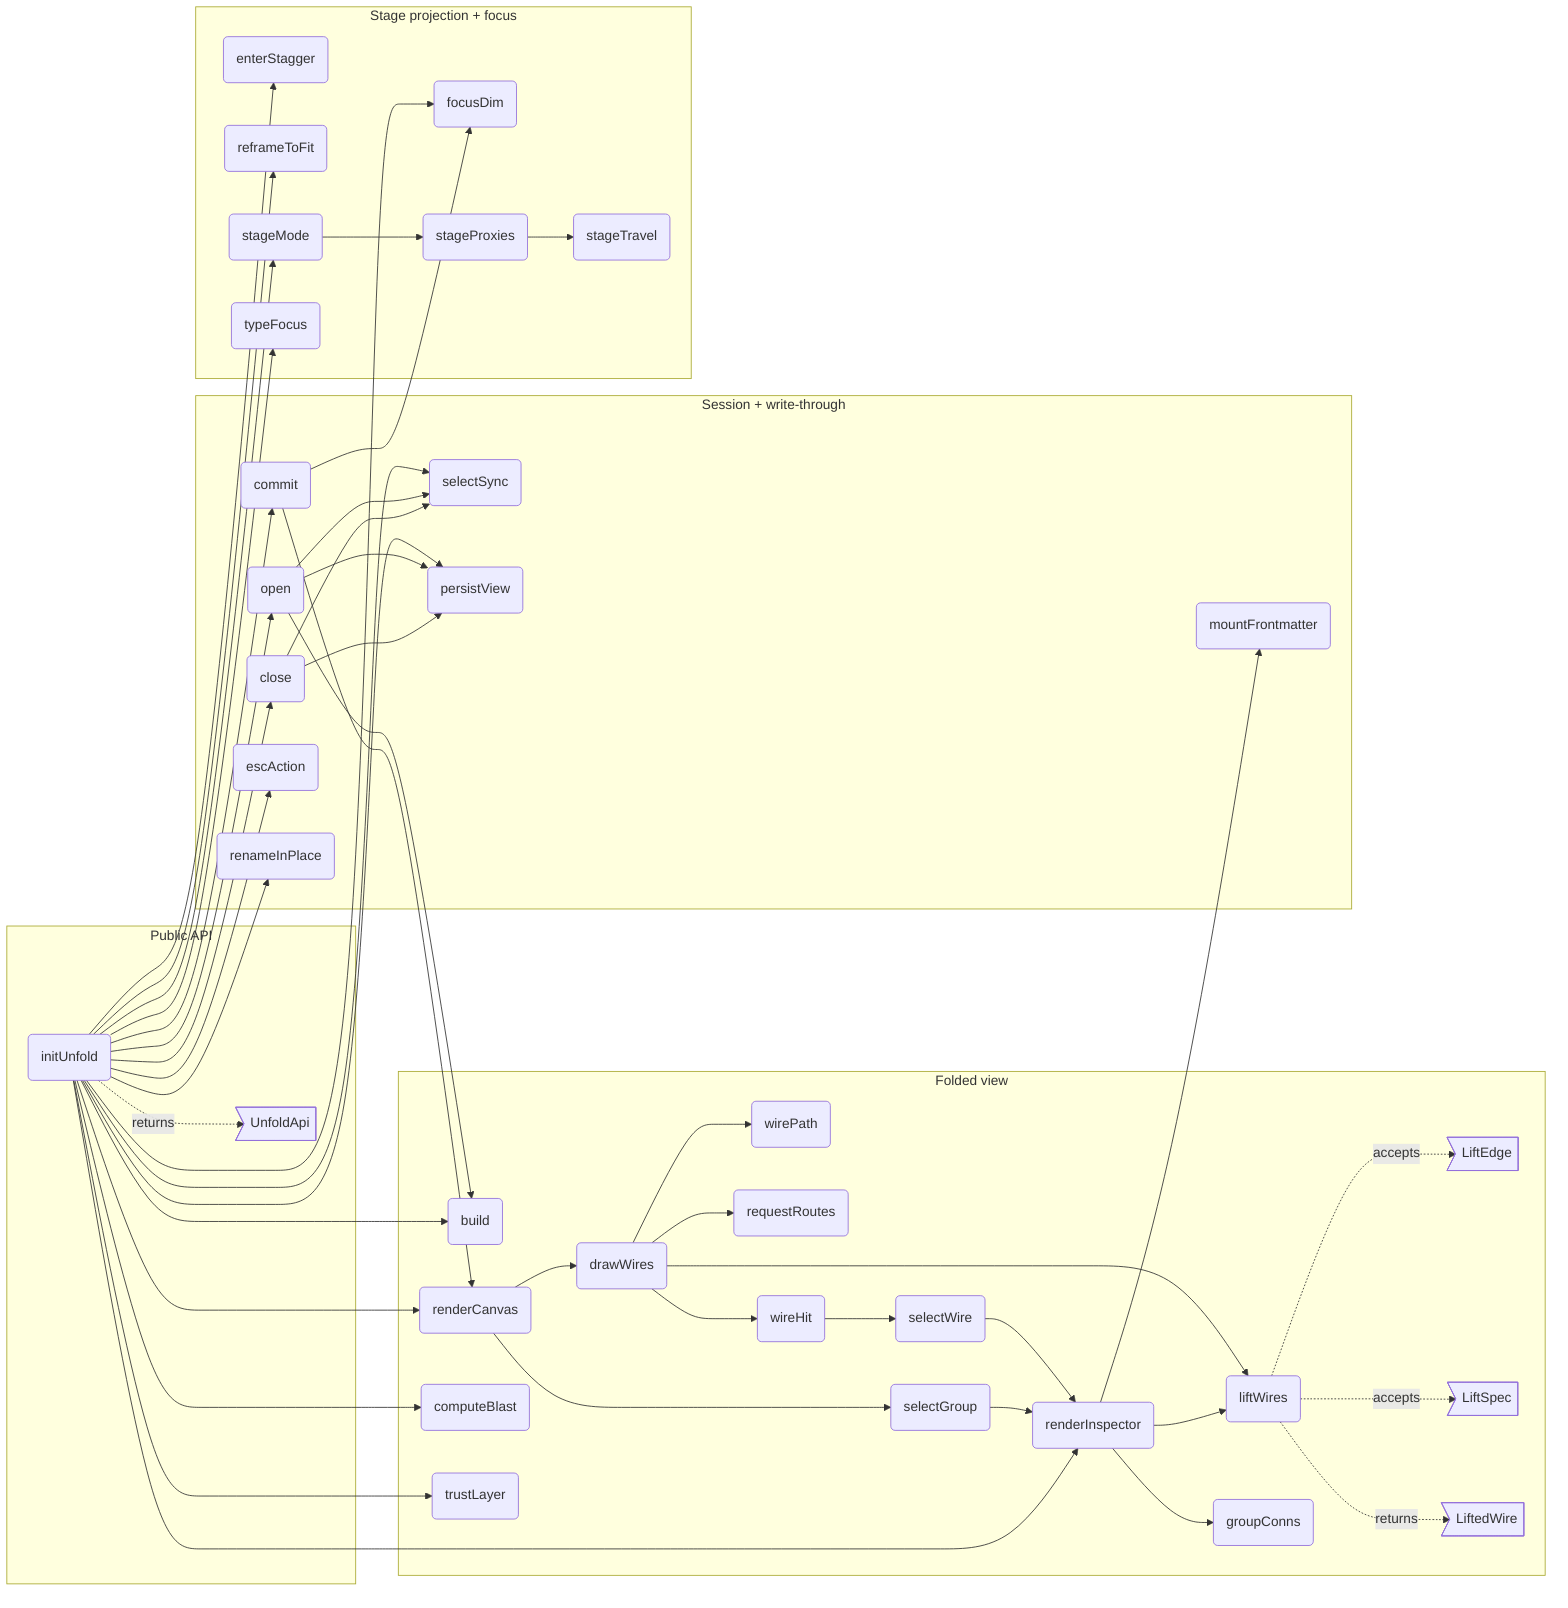
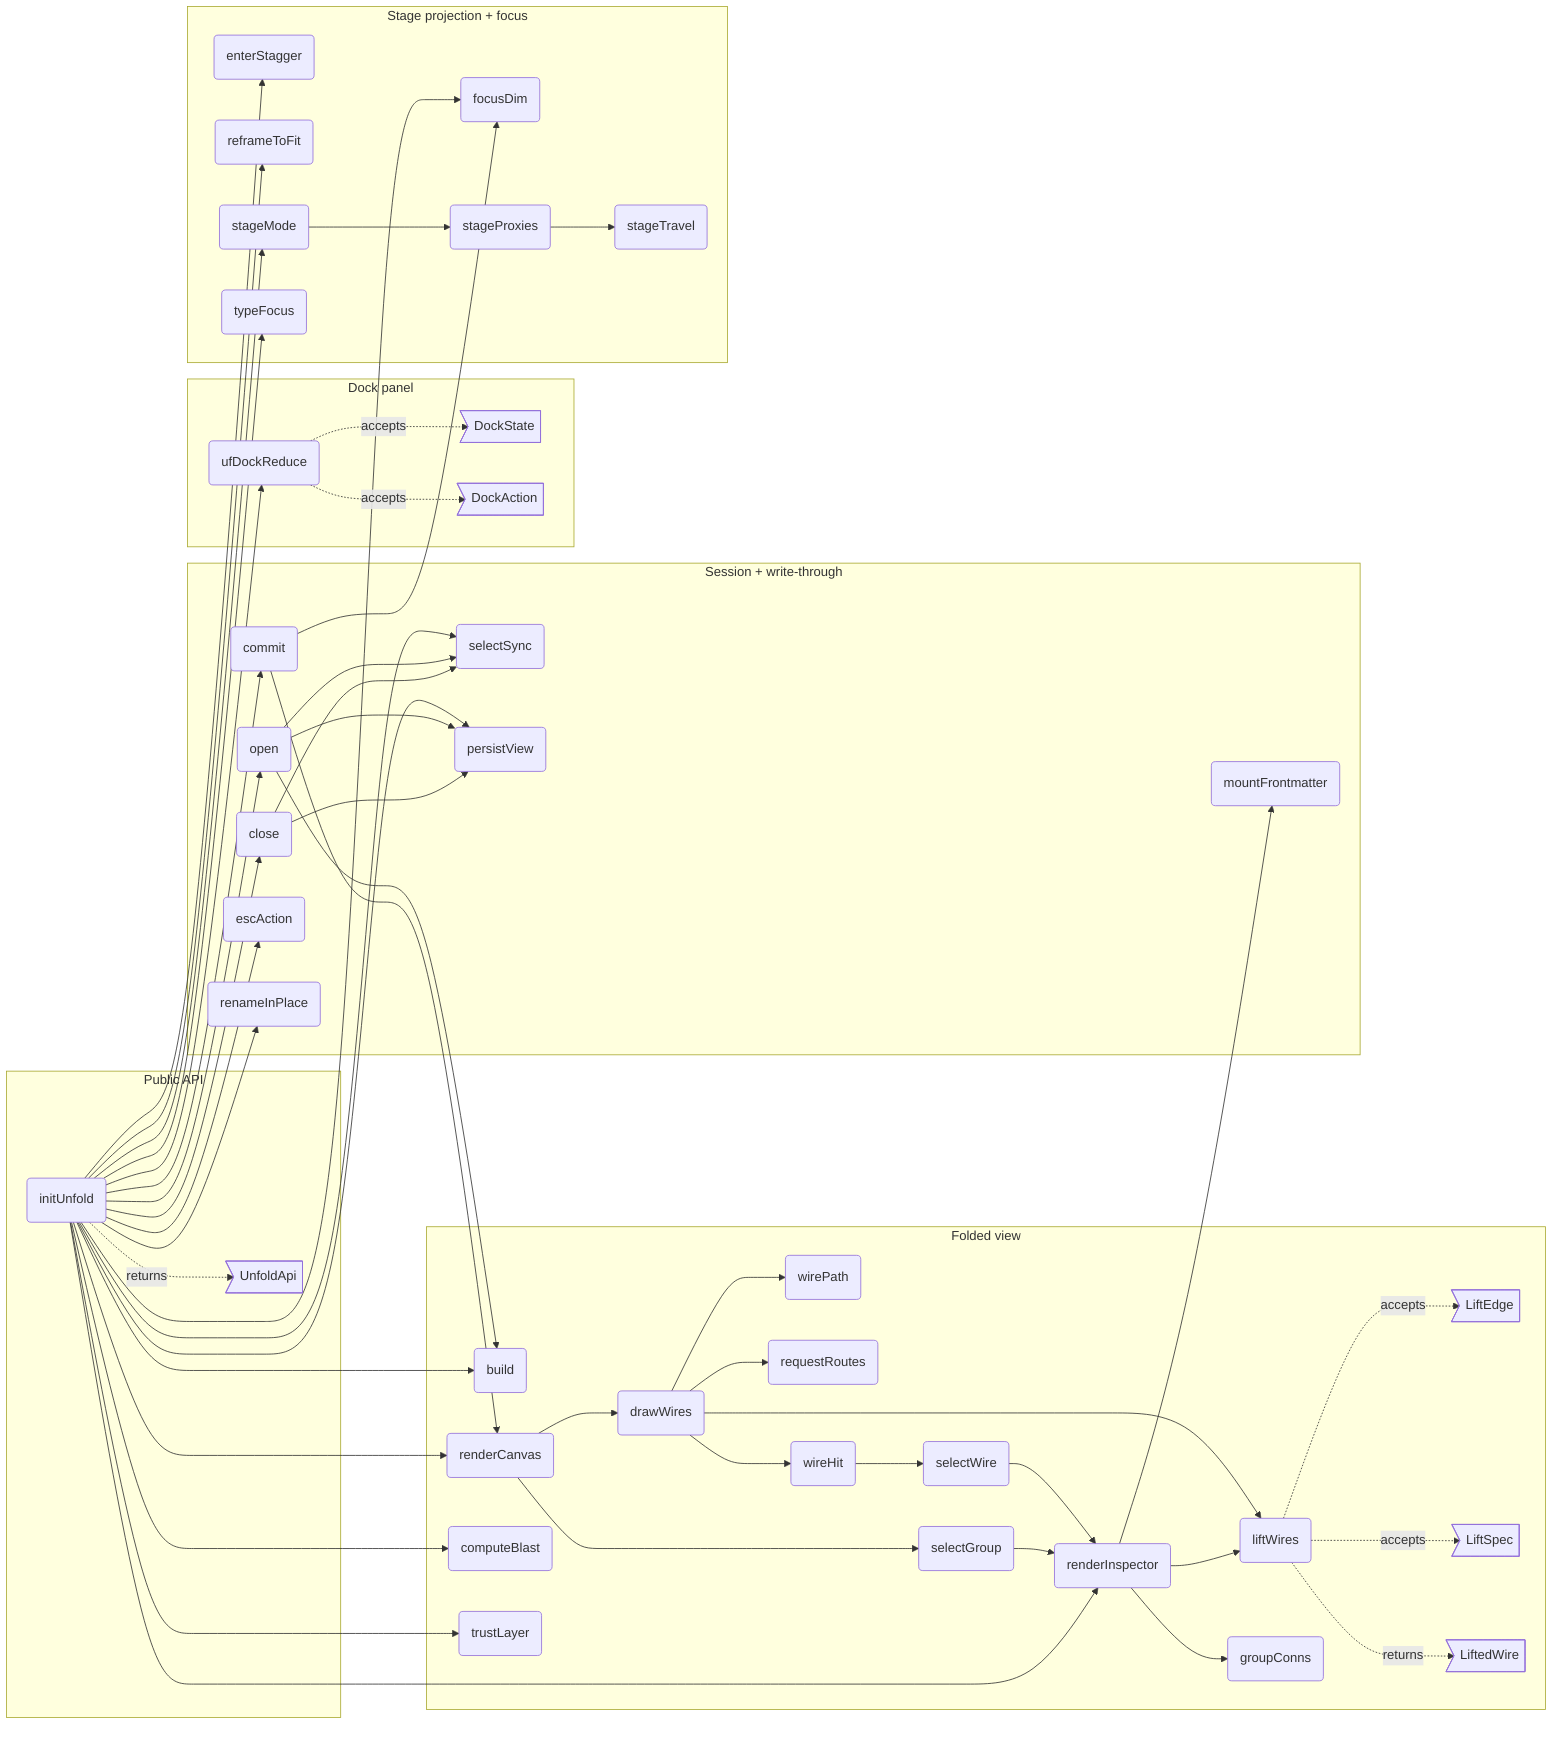
flowchart LR
%% root unfold

%% src UnfoldApi src/panel/unfold.ts#UnfoldApi
%% kind UnfoldApi type
%% fm:meta UnfoldApi name=UnfoldApi
%% fm:meta UnfoldApi desc=public surface: open, close, toggle

%% src initUnfold src/panel/unfold.ts#initUnfold
%% kind initUnfold function
%% fm:meta initUnfold name=initUnfold
- %% fm:meta initUnfold desc=build the primary surface (own DOM + own CSS, the planner isolation pattern) bound to ctx; reads ctx.state + ctx.bodies, writes only through the shared hooks path; the dock carries a temporary legacy-compare affordance instead of a ✕ (M4 correction)
+ %% fm:meta initUnfold desc=build the primary surface (own DOM + own CSS, the planner isolation pattern) bound to ctx; reads ctx.state + ctx.bodies, writes only through the shared hooks path; the dock carries a temporary legacy-compare affordance instead of a ✕ (M4 correction); the panel is a real dock driven by the pure ufDockReduce — tabs (reveal · io · mermaid) anchored at the reveal strip, chevron collapse to a slim rail, left-border drag resize, state persisted under unfold.dock
%% fm:meta initUnfold i0.name=initUnfold
%% fm:meta initUnfold i0.accepts=ctx: AppContext
- %% fm:meta initUnfold i0.accepts=deps: { selection: SelectionApi; camera: CameraApi }
+ %% fm:meta initUnfold i0.accepts=deps: { selection: SelectionApi; camera: CameraApi; files: FilesApi; mermaid: MermaidApi }
%% fm:meta initUnfold i0.returns=UnfoldApi

%% src ufBuild src/panel/unfold.ts#build
%% kind ufBuild function
%% fm:meta ufBuild name=build
%% fm:meta ufBuild desc=derive the folded units from ctx.state on every open: live parent wins, else the flowmap mod__rest drill convention; de-dup edges, fan-in
%% fm:meta ufBuild i0.name=build
%% fm:meta ufBuild i0.returns=void

%% src ufRenderCanvas src/panel/unfold.ts#renderCanvas
%% kind ufRenderCanvas function
%% fm:meta ufRenderCanvas name=renderCanvas
%% fm:meta ufRenderCanvas desc=render the containment roots as nested flex cards/groups; only expanded containers show their children
%% fm:meta ufRenderCanvas i0.name=renderCanvas
%% fm:meta ufRenderCanvas i0.returns=void

%% src ufDrawWires src/panel/unfold.ts#drawWires
%% kind ufDrawWires function
%% fm:meta ufDrawWires name=drawWires
%% fm:meta ufDrawWires desc=paint the pure lift decision (ufLiftWires): wires run between sibling anchors under their lowest common container so no wire crosses a foreign group box; concealed counts render as mid-path badges; arrowheads exist only on atomic reveals (selected leaf / exploded wire); hot wires keep the accent + flow grammar; weight ramp, hub fade and hit paths operate on the lifted set
%% fm:meta ufDrawWires i0.name=drawWires
%% fm:meta ufDrawWires i0.returns=void

%% src ufLiftWires src/panel/unfold-lift.ts#ufLiftWires
%% kind ufLiftWires function
%% fm:meta ufLiftWires name=liftWires
%% fm:meta ufLiftWires desc=pure wire-picture decision for the primary surface: every wire lifts to sibling anchors under the lowest common container (never crossing a foreign boundary), concealed endpoints counted for the badge; the lowest selected point sets the travel depth — a selected leaf reveals true wires (atomic, arrowed, hot), a selected container anchors its crossing wires at its own border (hot), a selected wire explodes into its underlying relations; opposite directions merge (weight-majority orientation) since arrowheads exist only on atomic reveals
%% fm:meta ufLiftWires i0.name=ufLiftWires
%% fm:meta ufLiftWires i0.accepts=edges: LiftEdge[]
%% fm:meta ufLiftWires i0.accepts=spec: LiftSpec
%% fm:meta ufLiftWires i0.returns=LiftedWire[]

%% src ufLiftEdge src/panel/unfold-lift.ts#LiftEdge
%% kind ufLiftEdge type
%% fm:meta ufLiftEdge name=LiftEdge
%% fm:meta ufLiftEdge desc=one deduped model edge as the lift decision sees it: endpoints, call/dep flags, weight, optional advisory mark

%% src ufLiftSpec src/panel/unfold-lift.ts#LiftSpec
%% kind ufLiftSpec type
%% fm:meta ufLiftSpec name=LiftSpec
%% fm:meta ufLiftSpec desc=the plain view slice the lift decision reads: containment parents, expanded/hidden, selection (node or container plus wire), wire layers

%% src ufLiftedWire src/panel/unfold-lift.ts#LiftedWire
%% kind ufLiftedWire type
%% fm:meta ufLiftedWire name=LiftedWire
%% fm:meta ufLiftedWire desc=one drawn wire: sibling anchors, summed weight, concealed endpoint count (the badge), atomic (arrowed reveal), hot (selection highlight), advisory, and the underlying model relations
+ 
+ %% src ufDockReduce src/panel/unfold-dock.ts#ufDockReduce
+ %% kind ufDockReduce function
+ %% fm:meta ufDockReduce name=ufDockReduce
+ %% fm:meta ufDockReduce desc=pure dock-state reducer for the primary surface's panel: DockState { tab, collapsed, width } advances only through actions — setTab selects a known tab and always expands a collapsed panel (unknown or already-active tabs are no-ops), toggleCollapse flips collapsed preserving tab and width, resize rounds and clamps width to [240, 580] and is a no-op while collapsed, load normalizes a persisted raw value falling back per-field to first-tab / expanded / 330; an empty tabs list makes every action a no-op
+ %% fm:meta ufDockReduce i0.name=ufDockReduce
+ %% fm:meta ufDockReduce i0.accepts=state: DockState
+ %% fm:meta ufDockReduce i0.accepts=action: DockAction
+ %% fm:meta ufDockReduce i0.accepts=tabs: string[]
+ %% fm:meta ufDockReduce i0.returns=DockState
+ 
+ %% src ufDockState src/panel/unfold-dock.ts#DockState
+ %% kind ufDockState type
+ %% fm:meta ufDockState name=DockState
+ %% fm:meta ufDockState desc=the panel chrome state: active tab, collapsed flag, width in px — the only dock state, persisted whole under unfold.dock
+ 
+ %% src ufDockAction src/panel/unfold-dock.ts#DockAction
+ %% kind ufDockAction type
+ %% fm:meta ufDockAction name=DockAction
+ %% fm:meta ufDockAction desc=discriminated dock action: setTab, toggleCollapse, resize, or load (normalize a persisted raw value)

%% src ufComputeBlast src/panel/unfold.ts#computeBlast
%% kind ufComputeBlast function
%% fm:meta ufComputeBlast name=computeBlast
%% fm:meta ufComputeBlast desc=reverse-BFS the transitive dependents of the selection and map them to visible cards with min hop distance
%% fm:meta ufComputeBlast i0.name=computeBlast
%% fm:meta ufComputeBlast i0.returns=void

%% src ufRenderInspector src/panel/unfold.ts#renderInspector
%% kind ufRenderInspector function
%% fm:meta ufRenderInspector name=renderInspector
%% fm:meta ufRenderInspector desc=empty until selection; then kind, crumbs, desc, interfaces, blast count, connections, and the real source body from ctx.bodies — a selected wire resolves its endpoints and underlying relations through the same pure lift decision the painter draws (ufLiftWires), so the two surfaces cannot disagree
%% fm:meta ufRenderInspector i0.name=renderInspector
%% fm:meta ufRenderInspector i0.returns=void

%% src ufEnterStagger src/panel/unfold.ts#enterStagger
%% kind ufEnterStagger function
%% fm:meta ufEnterStagger name=enterStagger
%% fm:meta ufEnterStagger desc=staggered fade-up entrance for newly-revealed cards (~55ms stagger, ~650ms expo ease); wires draw themselves in only after their cards land
%% fm:meta ufEnterStagger i0.name=enterStagger
%% fm:meta ufEnterStagger i0.returns=void

%% src ufFocusDim src/panel/unfold.ts#focusDim
%% kind ufFocusDim function
%% fm:meta ufFocusDim name=focusDim
%% fm:meta ufFocusDim desc=focus illumination without rebuild: selection glows, 1-hop neighbours stay lit, its wires carry the flow animation, everything else dims
%% fm:meta ufFocusDim i0.name=focusDim
%% fm:meta ufFocusDim i0.returns=void

%% src ufReframe src/panel/unfold.ts#reframeToFit
%% kind ufReframe function
%% fm:meta ufReframe name=reframeToFit
%% fm:meta ufReframe desc=after every structural change the world transform-scales so all visible content fits, animated ~900ms expo ease — the canvas breathes instead of demanding travel
%% fm:meta ufReframe i0.name=reframeToFit
%% fm:meta ufReframe i0.returns=void

%% src ufStageMode src/panel/unfold.ts#stageMode
%% kind ufStageMode function
%% fm:meta ufStageMode name=stageMode
%% fm:meta ufStageMode desc=second projection of the same graph: the focused group renders center-stage at readable size while the explore world blurs and fades behind; exit restores explore state exactly
%% fm:meta ufStageMode i0.name=stageMode
%% fm:meta ufStageMode i0.accepts=gid: string | null
%% fm:meta ufStageMode i0.returns=void

%% src ufProxies src/panel/unfold.ts#stageProxies
%% kind ufProxies function
%% fm:meta ufProxies name=stageProxies
%% fm:meta ufProxies desc=external edges aggregate per target container into pill proxies on a ring; each pill's angle is the TRUE angle between group centroids in ctx.state positions
%% fm:meta ufProxies i0.name=stageProxies
%% fm:meta ufProxies i0.returns=void

%% src ufTravel src/panel/unfold.ts#stageTravel
%% kind ufTravel function
%% fm:meta ufTravel name=stageTravel
%% fm:meta ufTravel desc=peek then travel: the target group slides onto stage FROM its direction; the origin becomes a reciprocal-direction proxy automatically since both derive from the same centroids
%% fm:meta ufTravel i0.name=stageTravel
%% fm:meta ufTravel i0.accepts=target: string
%% fm:meta ufTravel i0.accepts=fromAngle: number
%% fm:meta ufTravel i0.returns=void

%% src ufTypeFocus src/panel/unfold.ts#typeFocus
%% kind ufTypeFocus function
%% fm:meta ufTypeFocus name=typeFocus
%% fm:meta ufTypeFocus desc=click a type in a frontmatter card and every module whose interface carries that type lights across the surface; the inspector lists the carriers, derived from ctx.state
%% fm:meta ufTypeFocus i0.name=typeFocus
%% fm:meta ufTypeFocus i0.accepts=t: string | null
%% fm:meta ufTypeFocus i0.returns=void

%% src ufCommit src/panel/unfold.ts#commit
%% kind ufCommit function
%% fm:meta ufCommit name=commit
%% fm:meta ufCommit desc=the ONLY view-mutation entry (M3): apply the pure reduceView to the spec, install the result frozen, then paint the per-action render subset — no handler touches view state or the DOM directly
%% fm:meta ufCommit i0.name=commit
%% fm:meta ufCommit i0.accepts=a: ViewAction
%% fm:meta ufCommit i0.returns=void

%% src ufSelectSync src/panel/unfold.ts#selectSync
%% kind ufSelectSync function
%% fm:meta ufSelectSync name=selectSync
%% fm:meta ufSelectSync desc=selection survives the mode boundary: seed SEL from the editor selection on open; hand the reading selection back (selectOnly + zoomToNode via deps) on close — no new state, one shared selection
%% fm:meta ufSelectSync i0.name=selectSync
%% fm:meta ufSelectSync i0.accepts=dir: 'open' | 'close'
%% fm:meta ufSelectSync i0.returns=void

%% src ufPersistView src/panel/unfold.ts#persistView
%% kind ufPersistView function
%% fm:meta ufPersistView name=persistView
%% fm:meta ufPersistView desc=the reading session persists per diagram (sorted containment roots as identity) as the full v1 ViewSpec; load goes through normalizeViewSpec and applies the durable trio (expanded/hidden/layers) — a pre-M3 stored entry is a valid subset, migration is branch-free
%% fm:meta ufPersistView i0.name=persistView
%% fm:meta ufPersistView i0.accepts=dir: 'save' | 'load'
%% fm:meta ufPersistView i0.returns=void

%% src ufOpen src/panel/unfold.ts#open
%% kind ufOpen function
%% fm:meta ufOpen name=open
%% fm:meta ufOpen desc=enter the primary surface: rebuild units from ctx.state, restore the per-diagram ViewSpec, sync selection in, show the overlay — no surface choice is recorded, unfold is home (M4 correction)
%% fm:meta ufOpen i0.name=open
%% fm:meta ufOpen i0.returns=void

%% src ufClose src/panel/unfold.ts#close
%% kind ufClose function
%% fm:meta ufClose name=close
%% fm:meta ufClose desc=leave unfold for the legacy-compare view (temporary, until M5 parity deletes the canvas): save the ViewSpec, hand the selection back, hide the overlay — invoked ONLY by the explicit compare affordance; no surface choice is recorded, no ✕ and no Esc route here (M4 correction)
%% fm:meta ufClose i0.name=close
%% fm:meta ufClose i0.returns=void

%% src ufEscAction src/panel/unfold-esc.ts#ufEscAction
%% kind ufEscAction function
%% fm:meta ufEscAction name=escAction
%% fm:meta ufEscAction desc=pure Esc-chain decision for the primary surface: priority order focusType > selWire > stage > sel > query, and 'none' at the bottom — Escape never exits unfold (the old close() branch is gone by design, M4 correction)
%% fm:meta ufEscAction i0.name=ufEscAction
%% fm:meta ufEscAction i0.accepts=s: { focusType: boolean; selWire: boolean; stage: boolean; sel: boolean; query: boolean }
%% fm:meta ufEscAction i0.returns='clearTypeFocus' | 'deselectWire' | 'exitStage' | 'selectGroup' | 'clearQuery' | 'none'

%% src ufTrustLayer src/panel/unfold.ts#trustLayer
%% kind ufTrustLayer function
%% fm:meta ufTrustLayer name=trustLayer
%% fm:meta ufTrustLayer desc=trust layer with an OPTIONAL advisory source: same-origin edge-advisory-allowlist.txt when present, a Load button otherwise; absent source = layer disabled, never wrong — advisory edges dash amber, advisory descs are marked
%% fm:meta ufTrustLayer i0.name=trustLayer
%% fm:meta ufTrustLayer i0.returns=void

%% src ufWirePath src/panel/unfold.ts#wirePath
%% kind ufWirePath function
%% fm:meta ufWirePath name=wirePath
%% fm:meta ufWirePath desc=one wire geometry, not two: reading-mode wires from the app's real port-side geometry (core/state portPos + bestSides) and the render/wires elbow path — replaces the local orthoPath
%% fm:meta ufWirePath i0.name=wirePath
%% fm:meta ufWirePath i0.accepts=a: Box
%% fm:meta ufWirePath i0.accepts=b: Box
%% fm:meta ufWirePath i0.returns=string

%% src ufRequestRoutes src/panel/unfold.ts#requestRoutes
%% kind ufRequestRoutes function
%% fm:meta ufRequestRoutes name=requestRoutes
%% fm:meta ufRequestRoutes desc=obstacle-avoided routes for the lifted wire picture via the shared libavoid worker (render/avoidRouter routeGraph), one call per containment scope: sibling cards AND group boxes are the obstacles for that scope's lifted wires, while atomic reveals route against cards only; elbows paint first, routed polylines upgrade in place; a layout signature drops stale replies
%% fm:meta ufRequestRoutes i0.name=requestRoutes
%% fm:meta ufRequestRoutes i0.accepts=pos: Record<string, Box>
%% fm:meta ufRequestRoutes i0.accepts=wires: LiftedWire[]
%% fm:meta ufRequestRoutes i0.returns=void

%% src ufSelectWire src/panel/unfold.ts#selectWire
%% kind ufSelectWire function
%% fm:meta ufSelectWire name=selectWire
%% fm:meta ufSelectWire desc=a wire is a first-class selectable (legacy-editor parity): select an aggregated wire by its rendered rep pair, clearing node/type focus; re-click deselects; the inspector shows endpoints, kind, weight and every underlying model relation
%% fm:meta ufSelectWire i0.name=selectWire
%% fm:meta ufSelectWire i0.accepts=a: string
%% fm:meta ufSelectWire i0.accepts=b: string
%% fm:meta ufSelectWire i0.returns=void

%% src ufWireHit src/panel/unfold.ts#wireHit
%% kind ufWireHit function
%% fm:meta ufWireHit name=wireHit
%% fm:meta ufWireHit desc=append an invisible wide hit path over a drawn wire in either projection: click selects the wire, hover pre-lights it — excluded from stage panning so pointer capture never eats the click
%% fm:meta ufWireHit i0.name=wireHit
%% fm:meta ufWireHit i0.accepts=vis: SVGPathElement
%% fm:meta ufWireHit i0.accepts=d: string
%% fm:meta ufWireHit i0.accepts=a: string
%% fm:meta ufWireHit i0.accepts=b: string
%% fm:meta ufWireHit i0.accepts=host: SVGSVGElement
%% fm:meta ufWireHit i0.returns=void

%% src ufSelectGroup src/panel/unfold.ts#selectGroup
%% kind ufSelectGroup function
%% fm:meta ufSelectGroup name=selectGroup
%% fm:meta ufSelectGroup desc=a group is a first-class selectable (U6): select + inspect, never stage (U8 deferred) — clears wire/type focus, relights, re-renders tree + inspector in either projection
%% fm:meta ufSelectGroup i0.name=selectGroup
%% fm:meta ufSelectGroup i0.accepts=id: string
%% fm:meta ufSelectGroup i0.returns=void

%% src ufGroupConns src/panel/unfold.ts#groupConns
%% kind ufGroupConns function
%% fm:meta ufGroupConns name=groupConns
%% fm:meta ufGroupConns desc=external connections of a container: every edge with exactly one endpoint inside the subtree, aggregated to the coarsest foreign container and weight-summed — the same aggregation grammar as the stage pills
%% fm:meta ufGroupConns i0.name=groupConns
%% fm:meta ufGroupConns i0.accepts=id: string
%% fm:meta ufGroupConns i0.returns={ uses: [string, number][]; usedBy: [string, number][] }

%% src ufRenameInPlace src/panel/unfold.ts#renameInPlace
%% kind ufRenameInPlace function
%% fm:meta ufRenameInPlace name=renameInPlace
%% fm:meta ufRenameInPlace desc=inline rename on the selected card (Enter / double-click on selected), writing through the existing model path — mutate ctx.state then hooks render + sync + pushHistory + persist, never a private write path
%% fm:meta ufRenameInPlace i0.name=renameInPlace
%% fm:meta ufRenameInPlace i0.accepts=id: string
%% fm:meta ufRenameInPlace i0.returns=void

%% src ufMountFrontmatter src/panel/unfold.ts#mountFrontmatter
%% kind ufMountFrontmatter function
%% fm:meta ufMountFrontmatter name=mountFrontmatter
%% fm:meta ufMountFrontmatter desc=mount the app's frontmatter editor (panel/inspector-frontmatter) for the selected node inside the reading inspector — the same hooks write path as renameInPlace; commits re-derive the folded view
%% fm:meta ufMountFrontmatter i0.name=mountFrontmatter
%% fm:meta ufMountFrontmatter i0.accepts=host: HTMLElement
%% fm:meta ufMountFrontmatter i0.accepts=id: string
%% fm:meta ufMountFrontmatter i0.returns=void

%% parent uf_api unfold
%% parent uf_view unfold
%% parent uf_stage unfold
%% parent uf_session unfold
+ %% parent uf_dock unfold

  subgraph uf_api ["Public API"]
    initUnfold("initUnfold")
    UnfoldApi>"UnfoldApi"]
+   end
+   subgraph uf_dock ["Dock panel"]
+     ufDockReduce("ufDockReduce")
+     ufDockState>"DockState"]
+     ufDockAction>"DockAction"]
  end
  subgraph uf_view ["Folded view"]
    ufBuild("build")
    ufRenderCanvas("renderCanvas")
    ufDrawWires("drawWires")
    ufLiftWires("liftWires")
    ufLiftEdge>"LiftEdge"]
    ufLiftSpec>"LiftSpec"]
    ufLiftedWire>"LiftedWire"]
    ufWirePath("wirePath")
    ufRequestRoutes("requestRoutes")
    ufWireHit("wireHit")
    ufSelectWire("selectWire")
    ufSelectGroup("selectGroup")
    ufGroupConns("groupConns")
    ufComputeBlast("computeBlast")
    ufRenderInspector("renderInspector")
    ufTrustLayer("trustLayer")
  end
  subgraph uf_session ["Session + write-through"]
    ufCommit("commit")
    ufOpen("open")
    ufClose("close")
    ufEscAction("escAction")
    ufSelectSync("selectSync")
    ufPersistView("persistView")
    ufRenameInPlace("renameInPlace")
    ufMountFrontmatter("mountFrontmatter")
  end
  subgraph uf_stage ["Stage projection + focus"]
    ufEnterStagger("enterStagger")
    ufFocusDim("focusDim")
    ufReframe("reframeToFit")
    ufStageMode("stageMode")
    ufProxies("stageProxies")
    ufTravel("stageTravel")
    ufTypeFocus("typeFocus")
  end

  initUnfold -.->|returns| UnfoldApi
  initUnfold --> ufBuild
  initUnfold --> ufRenderCanvas
  ufRenderCanvas --> ufDrawWires
  ufDrawWires --> ufLiftWires
  ufLiftWires -.->|accepts| ufLiftEdge
  ufLiftWires -.->|accepts| ufLiftSpec
  ufLiftWires -.->|returns| ufLiftedWire
  ufDrawWires --> ufWirePath
  ufDrawWires --> ufRequestRoutes
  ufDrawWires --> ufWireHit
  ufWireHit --> ufSelectWire
  ufSelectWire --> ufRenderInspector
  ufRenderInspector --> ufLiftWires
  ufRenderCanvas --> ufSelectGroup
  ufSelectGroup --> ufRenderInspector
  ufRenderInspector --> ufGroupConns
  initUnfold --> ufComputeBlast
  initUnfold --> ufRenderInspector
  initUnfold --> ufTrustLayer
  initUnfold --> ufCommit
  ufCommit --> ufRenderCanvas
  ufCommit --> ufFocusDim
  initUnfold --> ufSelectSync
  initUnfold --> ufPersistView
  initUnfold --> ufOpen
  initUnfold --> ufClose
  ufOpen --> ufBuild
  ufOpen --> ufPersistView
  ufOpen --> ufSelectSync
  ufClose --> ufPersistView
  ufClose --> ufSelectSync
  initUnfold --> ufRenameInPlace
  ufRenderInspector --> ufMountFrontmatter
  initUnfold --> ufEnterStagger
  initUnfold --> ufFocusDim
  initUnfold --> ufReframe
  initUnfold --> ufTypeFocus
  initUnfold --> ufStageMode
  ufStageMode --> ufProxies
  ufProxies --> ufTravel
  initUnfold --> ufEscAction
+   initUnfold --> ufDockReduce
+   ufDockReduce -.->|accepts| ufDockState
+   ufDockReduce -.->|accepts| ufDockAction
